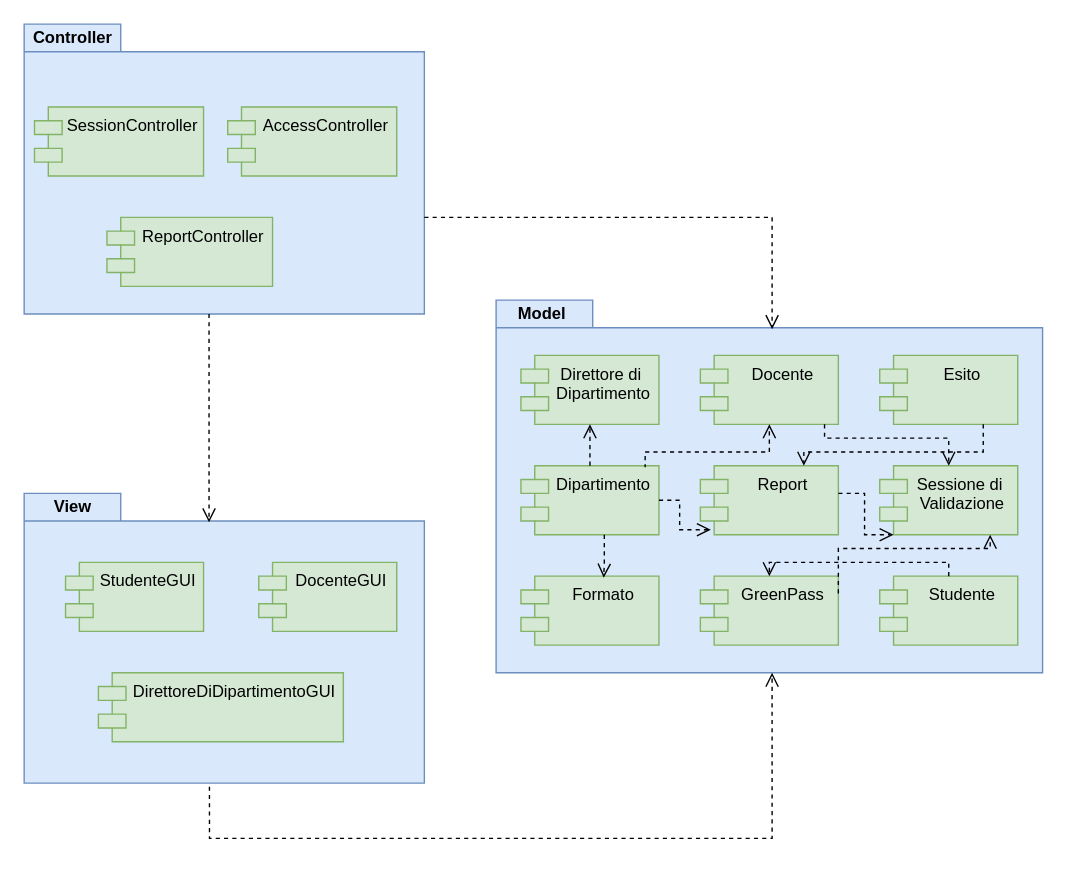
Earlier version of the draw.io diagram Documentazione/Resources/Component Diagram.drawio (Alberto-00/EasyPass). Source tidied: cells renumbered, new cells numbered last; positions are measured from the earlier drawing's top-left corner, leaving out a move shared by most shapes. Both pictures are drawn from the tidied source at 138%, with x=0, y=0 at pixel (23, 23).
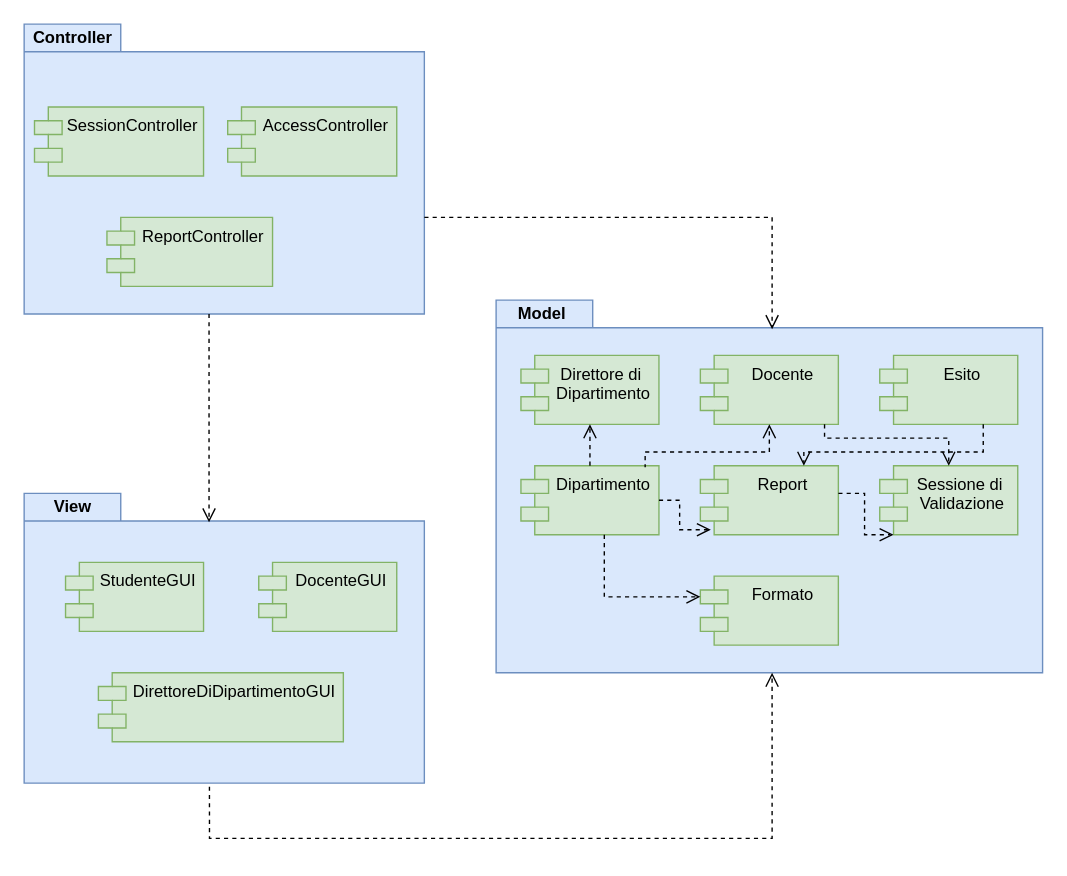
After the change.

Unchanged cells that the change refers to:
```xml
<mxCell id="16" value="Sessione di &#10;Validazione" style="shape=module;align=left;spacingLeft=20;align=center;verticalAlign=top;fillColor=#d5e8d4;strokeColor=#82b366;" parent="1" vertex="1">
  <mxGeometry x="620" y="320" width="100" height="50" as="geometry" />
</mxCell>
```

What changed in the source:
```diff
@@
     <mxCell id="15" value="Formato" style="shape=module;align=left;spacingLeft=20;align=center;verticalAlign=top;fillColor=#d5e8d4;strokeColor=#82b366;" parent="1" vertex="1">
-      <mxGeometry x="360" y="400" width="100" height="50" as="geometry" />
+      <mxGeometry x="490" y="400" width="100" height="50" as="geometry" />
     </mxCell>
@@
-    <mxCell id="18" value="Studente" style="shape=module;align=left;spacingLeft=20;align=center;verticalAlign=top;fillColor=#d5e8d4;strokeColor=#82b366;" parent="1" vertex="1">
-      <mxGeometry x="620" y="400" width="100" height="50" as="geometry" />
-    </mxCell>
-    <mxCell id="19" value="GreenPass" style="shape=module;align=left;spacingLeft=20;align=center;verticalAlign=top;fillColor=#d5e8d4;strokeColor=#82b366;" parent="1" vertex="1">
-      <mxGeometry x="490" y="400" width="100" height="50" as="geometry" />
-    </mxCell>
@@
-    <mxCell id="23" style="html=1;verticalAlign=bottom;endArrow=open;dashed=1;endSize=8;rounded=0;edgeStyle=orthogonalEdgeStyle;entryX=0.546;entryY=0.023;entryDx=0;entryDy=0;entryPerimeter=0;" parent="1" edge="1">
+    <mxCell id="23" style="html=1;verticalAlign=bottom;endArrow=open;dashed=1;endSize=8;rounded=0;edgeStyle=orthogonalEdgeStyle;entryX=0;entryY=0;entryDx=0;entryDy=15;entryPerimeter=0;" parent="1" edge="1" target="15">
       <mxGeometry relative="1" as="geometry">
         <mxPoint x="420.4" y="370" as="sourcePoint" />
-        <mxPoint x="420" y="401.1" as="targetPoint" />
         <Array as="points">
-          <mxPoint x="420.4" y="370" />
-          <mxPoint x="420.4" y="390" />
-          <mxPoint x="420.4" y="390" />
+          <mxPoint x="420" y="415" />
         </Array>
       </mxGeometry>
     </mxCell>
@@
-    <mxCell id="29" style="html=1;verticalAlign=bottom;endArrow=open;dashed=1;endSize=8;rounded=0;edgeStyle=orthogonalEdgeStyle;exitX=0.5;exitY=0;exitDx=0;exitDy=0;entryX=0.5;entryY=0;entryDx=0;entryDy=0;" parent="1" edge="1" source="18" target="19">
-      <mxGeometry relative="1" as="geometry">
-        <Array as="points">
-          <mxPoint x="670" y="390" />
-          <mxPoint x="540" y="390" />
-        </Array>
-      </mxGeometry>
-    </mxCell>
-    <mxCell id="30" style="html=1;verticalAlign=bottom;endArrow=open;dashed=1;endSize=8;rounded=0;edgeStyle=orthogonalEdgeStyle;exitX=1;exitY=0.25;exitDx=0;exitDy=0;" parent="1" edge="1" source="19" target="16">
-      <mxGeometry relative="1" as="geometry">
-        <Array as="points">
-          <mxPoint x="590" y="380" />
-          <mxPoint x="700" y="380" />
-        </Array>
-      </mxGeometry>
-    </mxCell>
```
